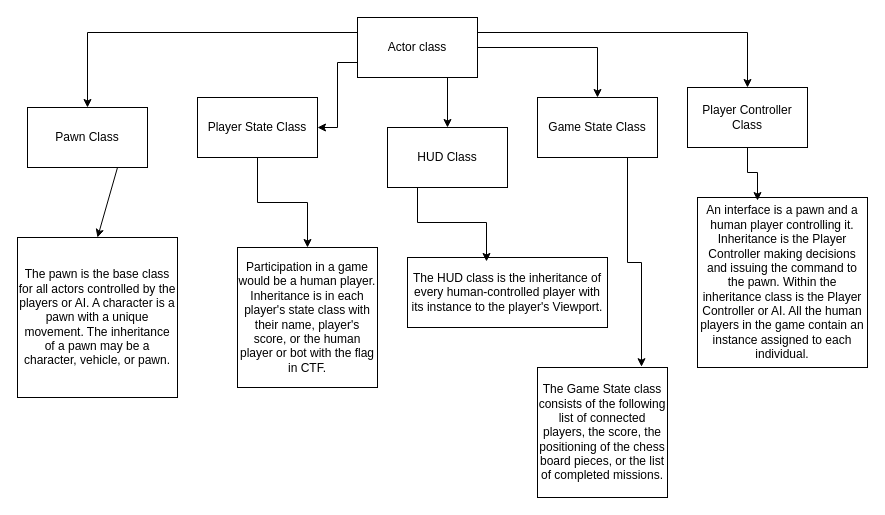
wsFecske/WesleySF keeps this draw.io diagram as Untitled Diagram.drawio. Above is the earlier version. Source tidied: cells renumbered, new cells numbered last; positions are measured from the earlier drawing's top-left corner, leaving out a move shared by most shapes. Both pictures are drawn from the tidied source at 100%, with x=0, y=0 at pixel (17, 17).
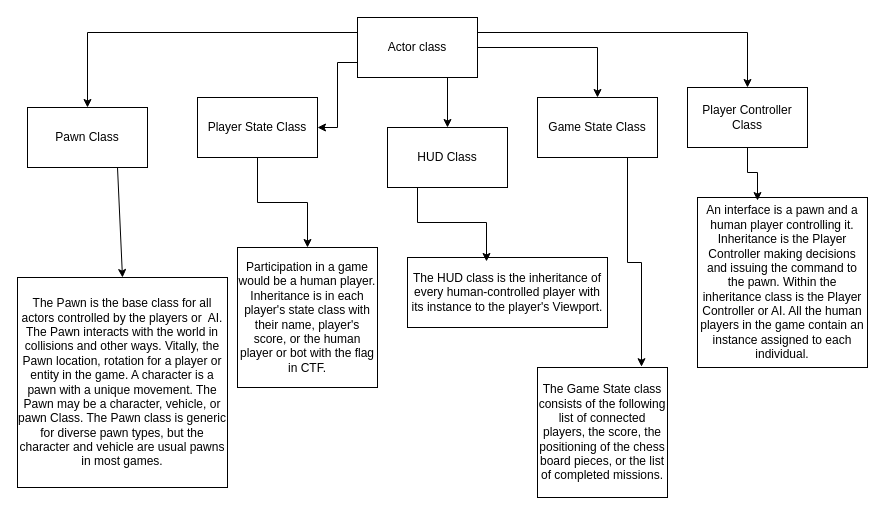
After the change.

Diff of the diagram source:
```diff
@@
-    <mxCell id="8" value="The pawn is the base class for all actors controlled by the players or AI. A character is a pawn with a unique movement. The inheritance of a pawn may be a character, vehicle, or pawn." style="whiteSpace=wrap;html=1;" parent="1" vertex="1">
-      <mxGeometry y="220" width="160" height="160" as="geometry" />
+    <mxCell id="8" value="The Pawn is the base class for all actors controlled by the players or&amp;nbsp; AI. The Pawn interacts with the world in collisions and other ways. Vitally, the Pawn location, rotation for a player or entity in the game. A character is a pawn with a unique movement. The Pawn may be a character, vehicle, or pawn Class. The Pawn class is generic for diverse pawn types, but the character and vehicle are usual pawns in most games." style="whiteSpace=wrap;html=1;" parent="1" vertex="1">
+      <mxGeometry y="260" width="210" height="210" as="geometry" />
     </mxCell>
```
